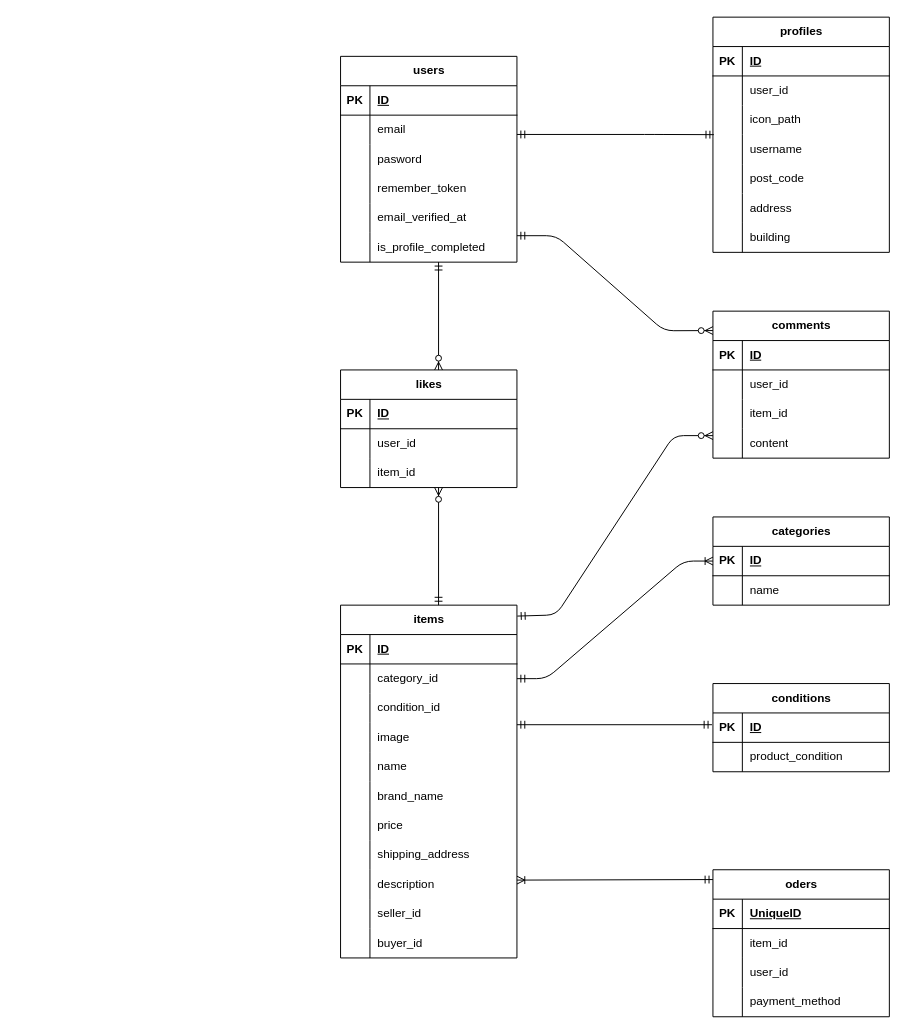
Before: src/resources/er-diagram.drawio in toco73/flea-market, a draw.io diagram. Source tidied: cells renumbered, new cells numbered last; positions are measured from the earlier drawing's top-left corner, leaving out a move shared by most shapes. Both pictures are drawn from the tidied source at 98%, with x=0, y=0 at pixel (340, 17).
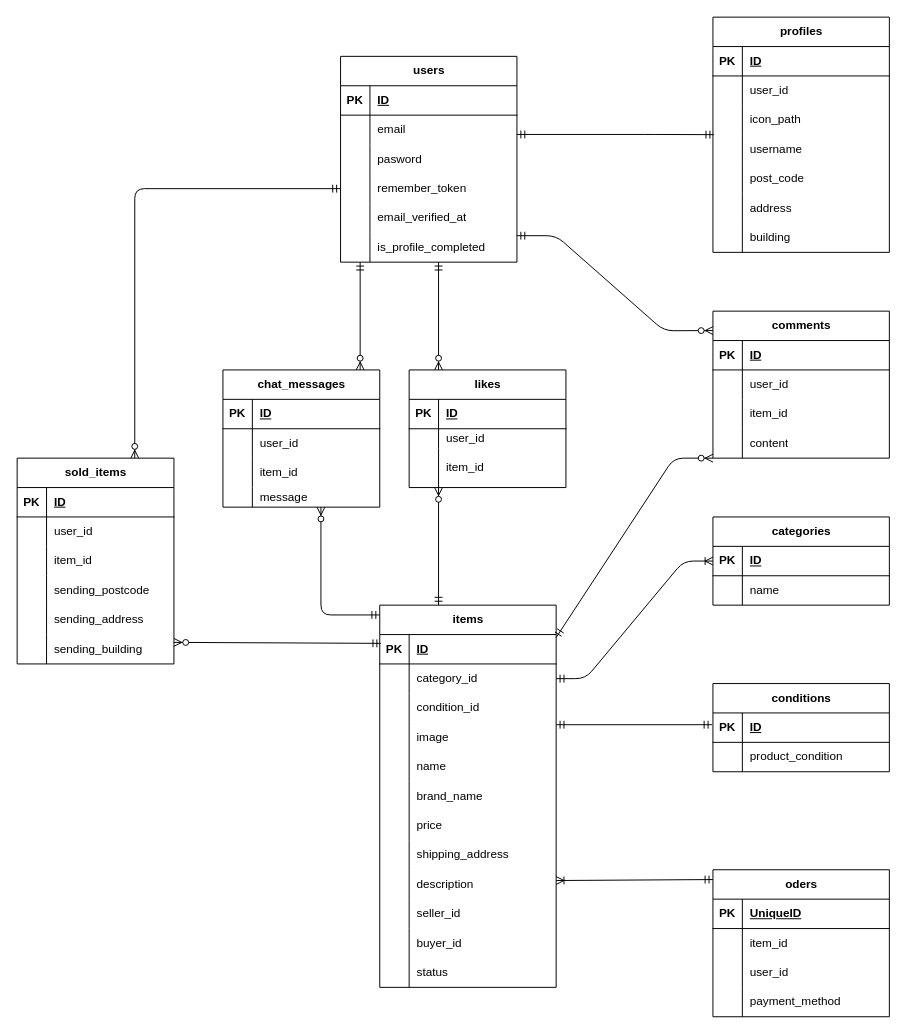
After the change.

Unchanged cells that the change refers to:
```xml
<mxCell id="12" style="shape=tableRow;horizontal=0;startSize=0;swimlaneHead=0;swimlaneBody=0;fillColor=none;points=[[0,0.5],[1,0.5]];portConstraint=eastwest;top=0;left=0;right=0;bottom=0;" parent="2" vertex="1">
  <mxGeometry y="120" width="180" height="30" as="geometry" />
</mxCell>
<mxCell id="67" style="shape=tableRow;horizontal=0;startSize=0;swimlaneHead=0;swimlaneBody=0;fillColor=none;points=[[0,0.5],[1,0.5]];portConstraint=eastwest;top=0;left=0;right=0;bottom=1;" parent="66" vertex="1">
  <mxGeometry y="30" width="180" height="30" as="geometry" />
</mxCell>
<mxCell id="94" style="shape=tableRow;horizontal=0;startSize=0;swimlaneHead=0;swimlaneBody=0;fillColor=none;points=[[0,0.5],[1,0.5]];portConstraint=eastwest;top=0;left=0;right=0;bottom=1;" parent="93" vertex="1">
  <mxGeometry y="30" width="180" height="30" as="geometry" />
</mxCell>
<mxCell id="97" style="shape=tableRow;horizontal=0;startSize=0;swimlaneHead=0;swimlaneBody=0;fillColor=none;points=[[0,0.5],[1,0.5]];portConstraint=eastwest;top=0;left=0;right=0;bottom=0;" parent="93" vertex="1">
  <mxGeometry y="60" width="180" height="30" as="geometry" />
</mxCell>
<mxCell id="118" style="shape=tableRow;horizontal=0;startSize=0;swimlaneHead=0;swimlaneBody=0;fillColor=none;points=[[0,0.5],[1,0.5]];portConstraint=eastwest;top=0;left=0;right=0;bottom=0;" parent="93" vertex="1">
  <mxGeometry y="270" width="180" height="30" as="geometry" />
</mxCell>
```

The edit, as a diff of the source:
```diff
@@
     <mxCell id="43" value="likes" style="shape=table;startSize=30;childLayout=tableLayout;rowLines=0;fontStyle=1;align=center;html=1;" parent="1" vertex="1">
-      <mxGeometry y="360" width="180" height="120" as="geometry" />
+      <mxGeometry x="70" y="360" width="160" height="120" as="geometry" />
     </mxCell>
     <mxCell id="44" style="shape=tableRow;horizontal=0;startSize=0;swimlaneHead=0;swimlaneBody=0;fillColor=none;top=0;left=0;right=0;bottom=1;" parent="43" vertex="1">
-      <mxGeometry y="30" width="180" height="30" as="geometry" />
+      <mxGeometry y="30" width="160" height="30" as="geometry" />
     </mxCell>
@@
     <mxCell id="46" value="ID" style="shape=partialRectangle;fillColor=none;top=0;left=0;bottom=0;right=0;align=left;spacingLeft=6;fontStyle=5;overflow=hidden;whiteSpace=wrap;html=1;" parent="44" vertex="1">
-      <mxGeometry x="30" width="150" height="30" as="geometry" />
+      <mxGeometry x="30" width="130" height="30" as="geometry" />
     </mxCell>
     <mxCell id="47" style="shape=tableRow;horizontal=0;startSize=0;swimlaneHead=0;swimlaneBody=0;fillColor=none;top=0;left=0;right=0;bottom=0;" parent="43" vertex="1">
-      <mxGeometry y="60" width="180" height="30" as="geometry" />
+      <mxGeometry y="60" width="160" height="20" as="geometry" />
     </mxCell>
     <mxCell id="48" style="shape=partialRectangle;fillColor=none;top=0;left=0;bottom=0;right=0;overflow=hidden;whiteSpace=wrap;html=1;" parent="47" vertex="1">
-      <mxGeometry width="30" height="30" as="geometry" />
+      <mxGeometry width="30" height="20" as="geometry" />
     </mxCell>
     <mxCell id="49" value="user_id" style="shape=partialRectangle;fillColor=none;top=0;left=0;bottom=0;right=0;align=left;spacingLeft=6;overflow=hidden;whiteSpace=wrap;html=1;" parent="47" vertex="1">
-      <mxGeometry x="30" width="150" height="30" as="geometry" />
+      <mxGeometry x="30" width="130" height="20" as="geometry" />
     </mxCell>
     <mxCell id="50" style="shape=tableRow;horizontal=0;startSize=0;swimlaneHead=0;swimlaneBody=0;fillColor=none;top=0;left=0;right=0;bottom=0;" parent="43" vertex="1">
-      <mxGeometry y="90" width="180" height="30" as="geometry" />
+      <mxGeometry y="80" width="160" height="40" as="geometry" />
     </mxCell>
     <mxCell id="51" style="shape=partialRectangle;fillColor=none;top=0;left=0;bottom=0;right=0;overflow=hidden;whiteSpace=wrap;html=1;" parent="50" vertex="1">
-      <mxGeometry width="30" height="30" as="geometry" />
+      <mxGeometry width="30" height="40" as="geometry" />
     </mxCell>
     <mxCell id="52" value="item_id" style="shape=partialRectangle;fillColor=none;top=0;left=0;bottom=0;right=0;align=left;spacingLeft=6;overflow=hidden;whiteSpace=wrap;html=1;" parent="50" vertex="1">
-      <mxGeometry x="30" width="150" height="30" as="geometry" />
+      <mxGeometry x="30" width="130" height="40" as="geometry" />
     </mxCell>
@@
     <mxCell id="93" value="items" style="shape=table;startSize=30;childLayout=tableLayout;rowLines=0;fontStyle=1;align=center;html=1;" parent="1" vertex="1">
-      <mxGeometry y="600" width="180" height="360" as="geometry" />
+      <mxGeometry x="40" y="600" width="180" height="390" as="geometry" />
     </mxCell>
@@
+    <mxCell id="135" style="shape=tableRow;horizontal=0;startSize=0;swimlaneHead=0;swimlaneBody=0;fillColor=none;top=0;left=0;right=0;bottom=0;" parent="93" vertex="1">
+      <mxGeometry y="360" width="180" height="30" as="geometry" />
+    </mxCell>
+    <mxCell id="136" style="shape=partialRectangle;fillColor=none;top=0;left=0;bottom=0;right=0;overflow=hidden;whiteSpace=wrap;html=1;" parent="135" vertex="1">
+      <mxGeometry width="30" height="30" as="geometry" />
+    </mxCell>
+    <mxCell id="137" value="status" style="shape=partialRectangle;fillColor=none;top=0;left=0;bottom=0;right=0;align=left;spacingLeft=6;overflow=hidden;whiteSpace=wrap;html=1;" parent="135" vertex="1">
+      <mxGeometry x="30" width="150" height="30" as="geometry" />
+    </mxCell>
@@
-    <mxCell id="131" style="fontSize=12;html=1;endArrow=ERzeroToMany;startArrow=ERmandOne;entryX=0;entryY=0.132;entryDx=0;entryDy=0;entryPerimeter=0;exitX=1.002;exitY=0.031;exitDx=0;exitDy=0;exitPerimeter=0;" parent="1" edge="1" source="93">
+    <mxCell id="131" style="fontSize=12;html=1;endArrow=ERzeroToMany;startArrow=ERmandOne;entryX=0;entryY=0.132;entryDx=0;entryDy=0;entryPerimeter=0;" parent="1" edge="1">
       <mxGeometry relative="1" as="geometry">
-        <mxPoint x="380" y="427" as="targetPoint" />
+        <mxPoint x="220" y="633" as="sourcePoint" />
+        <mxPoint x="380" y="450" as="targetPoint" />
         <Array as="points">
-          <mxPoint x="220" y="610" />
-          <mxPoint x="340" y="427" />
+          <mxPoint x="220" y="633" />
+          <mxPoint x="340" y="450" />
         </Array>
       </mxGeometry>
     </mxCell>
-    <mxCell id="132" style="edgeStyle=entityRelationEdgeStyle;fontSize=12;html=1;endArrow=ERoneToMany;startArrow=ERmandOne;exitX=1;exitY=0.5;exitDx=0;exitDy=0;entryX=0;entryY=0.5;entryDx=0;entryDy=0;" parent="1" edge="1" source="97" target="67">
-      <mxGeometry relative="1" as="geometry" />
+    <mxCell id="132" style="edgeStyle=entityRelationEdgeStyle;fontSize=12;html=1;endArrow=ERoneToMany;startArrow=ERmandOne;entryX=0;entryY=0.5;entryDx=0;entryDy=0;" parent="1" edge="1" target="67">
+      <mxGeometry relative="1" as="geometry">
+        <mxPoint x="220" y="675" as="sourcePoint" />
+      </mxGeometry>
     </mxCell>
     <mxCell id="133" style="fontSize=12;html=1;endArrow=ERmandOne;startArrow=ERmandOne;" parent="1" edge="1">
       <mxGeometry relative="1" as="geometry">
-        <mxPoint x="180" y="722" as="sourcePoint" />
+        <mxPoint x="220" y="722" as="sourcePoint" />
         <mxPoint x="379" y="722" as="targetPoint" />
       </mxGeometry>
     </mxCell>
-    <mxCell id="134" style="fontSize=12;html=1;endArrow=ERoneToMany;startArrow=ERmandOne;entryX=1;entryY=0.352;entryDx=0;entryDy=0;entryPerimeter=0;" parent="1" edge="1" target="118">
+    <mxCell id="134" style="fontSize=12;html=1;endArrow=ERoneToMany;startArrow=ERmandOne;" parent="1" edge="1">
       <mxGeometry relative="1" as="geometry">
         <mxPoint x="380" y="880" as="sourcePoint" />
+        <mxPoint x="220" y="881" as="targetPoint" />
       </mxGeometry>
     </mxCell>
+    <mxCell id="138" value="chat_messages" style="shape=table;startSize=30;childLayout=tableLayout;rowLines=0;fontStyle=1;align=center;html=1;" parent="1" vertex="1">
+      <mxGeometry x="-120" y="360" width="160" height="140" as="geometry" />
+    </mxCell>
+    <mxCell id="139" style="shape=tableRow;horizontal=0;startSize=0;swimlaneHead=0;swimlaneBody=0;fillColor=none;top=0;left=0;right=0;bottom=1;" parent="138" vertex="1">
+      <mxGeometry y="30" width="160" height="30" as="geometry" />
+    </mxCell>
+    <mxCell id="140" value="PK" style="shape=partialRectangle;fillColor=none;top=0;left=0;bottom=0;right=0;fontStyle=1;overflow=hidden;whiteSpace=wrap;html=1;" parent="139" vertex="1">
+      <mxGeometry width="30" height="30" as="geometry" />
+    </mxCell>
+    <mxCell id="141" value="ID" style="shape=partialRectangle;fillColor=none;top=0;left=0;bottom=0;right=0;align=left;spacingLeft=6;fontStyle=5;overflow=hidden;whiteSpace=wrap;html=1;" parent="139" vertex="1">
+      <mxGeometry x="30" width="130" height="30" as="geometry" />
+    </mxCell>
+    <mxCell id="142" style="shape=tableRow;horizontal=0;startSize=0;swimlaneHead=0;swimlaneBody=0;fillColor=none;top=0;left=0;right=0;bottom=0;" parent="138" vertex="1">
+      <mxGeometry y="60" width="160" height="30" as="geometry" />
+    </mxCell>
+    <mxCell id="143" style="shape=partialRectangle;fillColor=none;top=0;left=0;bottom=0;right=0;overflow=hidden;whiteSpace=wrap;html=1;" parent="142" vertex="1">
+      <mxGeometry width="30" height="30" as="geometry" />
+    </mxCell>
+    <mxCell id="144" value="user_id" style="shape=partialRectangle;fillColor=none;top=0;left=0;bottom=0;right=0;align=left;spacingLeft=6;overflow=hidden;whiteSpace=wrap;html=1;" parent="142" vertex="1">
+      <mxGeometry x="30" width="130" height="30" as="geometry" />
+    </mxCell>
+    <mxCell id="145" style="shape=tableRow;horizontal=0;startSize=0;swimlaneHead=0;swimlaneBody=0;fillColor=none;top=0;left=0;right=0;bottom=0;" parent="138" vertex="1">
+      <mxGeometry y="90" width="160" height="30" as="geometry" />
+    </mxCell>
+    <mxCell id="146" style="shape=partialRectangle;fillColor=none;top=0;left=0;bottom=0;right=0;overflow=hidden;whiteSpace=wrap;html=1;" parent="145" vertex="1">
+      <mxGeometry width="30" height="30" as="geometry" />
+    </mxCell>
+    <mxCell id="147" value="item_id" style="shape=partialRectangle;fillColor=none;top=0;left=0;bottom=0;right=0;align=left;spacingLeft=6;overflow=hidden;whiteSpace=wrap;html=1;" parent="145" vertex="1">
+      <mxGeometry x="30" width="130" height="30" as="geometry" />
+    </mxCell>
+    <mxCell id="148" style="shape=tableRow;horizontal=0;startSize=0;swimlaneHead=0;swimlaneBody=0;fillColor=none;top=0;left=0;right=0;bottom=0;" parent="138" vertex="1">
+      <mxGeometry y="120" width="160" height="20" as="geometry" />
+    </mxCell>
+    <mxCell id="149" style="shape=partialRectangle;fillColor=none;top=0;left=0;bottom=0;right=0;overflow=hidden;whiteSpace=wrap;html=1;" parent="148" vertex="1">
+      <mxGeometry width="30" height="20" as="geometry" />
+    </mxCell>
+    <mxCell id="150" value="message" style="shape=partialRectangle;fillColor=none;top=0;left=0;bottom=0;right=0;align=left;spacingLeft=6;overflow=hidden;whiteSpace=wrap;html=1;" parent="148" vertex="1">
+      <mxGeometry x="30" width="130" height="20" as="geometry" />
+    </mxCell>
+    <mxCell id="151" style="fontSize=12;html=1;endArrow=ERzeroToMany;startArrow=ERmandOne;exitX=0.451;exitY=1.08;exitDx=0;exitDy=0;exitPerimeter=0;" parent="1" edge="1">
+      <mxGeometry relative="1" as="geometry">
+        <mxPoint x="20" y="250" as="sourcePoint" />
+        <mxPoint x="20" y="360" as="targetPoint" />
+      </mxGeometry>
+    </mxCell>
+    <mxCell id="152" value="sold_items" style="shape=table;startSize=30;childLayout=tableLayout;rowLines=0;fontStyle=1;align=center;html=1;" parent="1" vertex="1">
+      <mxGeometry x="-330" y="450" width="160" height="210" as="geometry" />
+    </mxCell>
+    <mxCell id="153" style="shape=tableRow;horizontal=0;startSize=0;swimlaneHead=0;swimlaneBody=0;fillColor=none;top=0;left=0;right=0;bottom=1;" parent="152" vertex="1">
+      <mxGeometry y="30" width="160" height="30" as="geometry" />
+    </mxCell>
+    <mxCell id="154" value="PK" style="shape=partialRectangle;fillColor=none;top=0;left=0;bottom=0;right=0;fontStyle=1;overflow=hidden;whiteSpace=wrap;html=1;" parent="153" vertex="1">
+      <mxGeometry width="30" height="30" as="geometry" />
+    </mxCell>
+    <mxCell id="155" value="ID" style="shape=partialRectangle;fillColor=none;top=0;left=0;bottom=0;right=0;align=left;spacingLeft=6;fontStyle=5;overflow=hidden;whiteSpace=wrap;html=1;" parent="153" vertex="1">
+      <mxGeometry x="30" width="130" height="30" as="geometry" />
+    </mxCell>
+    <mxCell id="156" style="shape=tableRow;horizontal=0;startSize=0;swimlaneHead=0;swimlaneBody=0;fillColor=none;top=0;left=0;right=0;bottom=0;" parent="152" vertex="1">
+      <mxGeometry y="60" width="160" height="30" as="geometry" />
+    </mxCell>
+    <mxCell id="157" style="shape=partialRectangle;fillColor=none;top=0;left=0;bottom=0;right=0;overflow=hidden;whiteSpace=wrap;html=1;" parent="156" vertex="1">
+      <mxGeometry width="30" height="30" as="geometry" />
+    </mxCell>
+    <mxCell id="158" value="user_id" style="shape=partialRectangle;fillColor=none;top=0;left=0;bottom=0;right=0;align=left;spacingLeft=6;overflow=hidden;whiteSpace=wrap;html=1;" parent="156" vertex="1">
+      <mxGeometry x="30" width="130" height="30" as="geometry" />
+    </mxCell>
+    <mxCell id="159" style="shape=tableRow;horizontal=0;startSize=0;swimlaneHead=0;swimlaneBody=0;fillColor=none;top=0;left=0;right=0;bottom=0;" parent="152" vertex="1">
+      <mxGeometry y="90" width="160" height="30" as="geometry" />
+    </mxCell>
+    <mxCell id="160" style="shape=partialRectangle;fillColor=none;top=0;left=0;bottom=0;right=0;overflow=hidden;whiteSpace=wrap;html=1;" parent="159" vertex="1">
+      <mxGeometry width="30" height="30" as="geometry" />
+    </mxCell>
+    <mxCell id="161" value="item_id" style="shape=partialRectangle;fillColor=none;top=0;left=0;bottom=0;right=0;align=left;spacingLeft=6;overflow=hidden;whiteSpace=wrap;html=1;" parent="159" vertex="1">
+      <mxGeometry x="30" width="130" height="30" as="geometry" />
+    </mxCell>
+    <mxCell id="162" style="shape=tableRow;horizontal=0;startSize=0;swimlaneHead=0;swimlaneBody=0;fillColor=none;top=0;left=0;right=0;bottom=0;" parent="152" vertex="1">
+      <mxGeometry y="120" width="160" height="30" as="geometry" />
+    </mxCell>
+    <mxCell id="163" style="shape=partialRectangle;fillColor=none;top=0;left=0;bottom=0;right=0;overflow=hidden;whiteSpace=wrap;html=1;" parent="162" vertex="1">
+      <mxGeometry width="30" height="30" as="geometry" />
+    </mxCell>
+    <mxCell id="164" value="sending_postcode" style="shape=partialRectangle;fillColor=none;top=0;left=0;bottom=0;right=0;align=left;spacingLeft=6;overflow=hidden;whiteSpace=wrap;html=1;" parent="162" vertex="1">
+      <mxGeometry x="30" width="130" height="30" as="geometry" />
+    </mxCell>
+    <mxCell id="165" style="shape=tableRow;horizontal=0;startSize=0;swimlaneHead=0;swimlaneBody=0;fillColor=none;top=0;left=0;right=0;bottom=0;" parent="152" vertex="1">
+      <mxGeometry y="150" width="160" height="30" as="geometry" />
+    </mxCell>
+    <mxCell id="166" style="shape=partialRectangle;fillColor=none;top=0;left=0;bottom=0;right=0;overflow=hidden;whiteSpace=wrap;html=1;" parent="165" vertex="1">
+      <mxGeometry width="30" height="30" as="geometry" />
+    </mxCell>
+    <mxCell id="167" value="sending_address" style="shape=partialRectangle;fillColor=none;top=0;left=0;bottom=0;right=0;align=left;spacingLeft=6;overflow=hidden;whiteSpace=wrap;html=1;" parent="165" vertex="1">
+      <mxGeometry x="30" width="130" height="30" as="geometry" />
+    </mxCell>
+    <mxCell id="168" style="shape=tableRow;horizontal=0;startSize=0;swimlaneHead=0;swimlaneBody=0;fillColor=none;top=0;left=0;right=0;bottom=0;" parent="152" vertex="1">
+      <mxGeometry y="180" width="160" height="30" as="geometry" />
+    </mxCell>
+    <mxCell id="169" style="shape=partialRectangle;fillColor=none;top=0;left=0;bottom=0;right=0;overflow=hidden;whiteSpace=wrap;html=1;" parent="168" vertex="1">
+      <mxGeometry width="30" height="30" as="geometry" />
+    </mxCell>
+    <mxCell id="170" value="sending_building" style="shape=partialRectangle;fillColor=none;top=0;left=0;bottom=0;right=0;align=left;spacingLeft=6;overflow=hidden;whiteSpace=wrap;html=1;" parent="168" vertex="1">
+      <mxGeometry x="30" width="130" height="30" as="geometry" />
+    </mxCell>
+    <mxCell id="171" style="fontSize=12;html=1;endArrow=ERzeroToMany;startArrow=ERmandOne;exitX=0;exitY=0.5;exitDx=0;exitDy=0;" parent="1" edge="1" source="12">
+      <mxGeometry relative="1" as="geometry">
+        <mxPoint x="-210" y="450" as="targetPoint" />
+        <Array as="points">
+          <mxPoint x="-210" y="175" />
+        </Array>
+      </mxGeometry>
+    </mxCell>
+    <mxCell id="172" style="fontSize=12;html=1;endArrow=ERzeroToMany;startArrow=ERmandOne;" parent="1" edge="1">
+      <mxGeometry relative="1" as="geometry">
+        <mxPoint x="40" y="610" as="sourcePoint" />
+        <mxPoint x="-20" y="500" as="targetPoint" />
+        <Array as="points">
+          <mxPoint x="-20" y="610" />
+        </Array>
+      </mxGeometry>
+    </mxCell>
+    <mxCell id="173" style="fontSize=12;html=1;endArrow=ERzeroToMany;startArrow=ERmandOne;exitX=0.006;exitY=0.3;exitDx=0;exitDy=0;exitPerimeter=0;" parent="1" edge="1" source="94">
+      <mxGeometry relative="1" as="geometry">
+        <mxPoint x="-170" y="638" as="targetPoint" />
+      </mxGeometry>
+    </mxCell>
```
